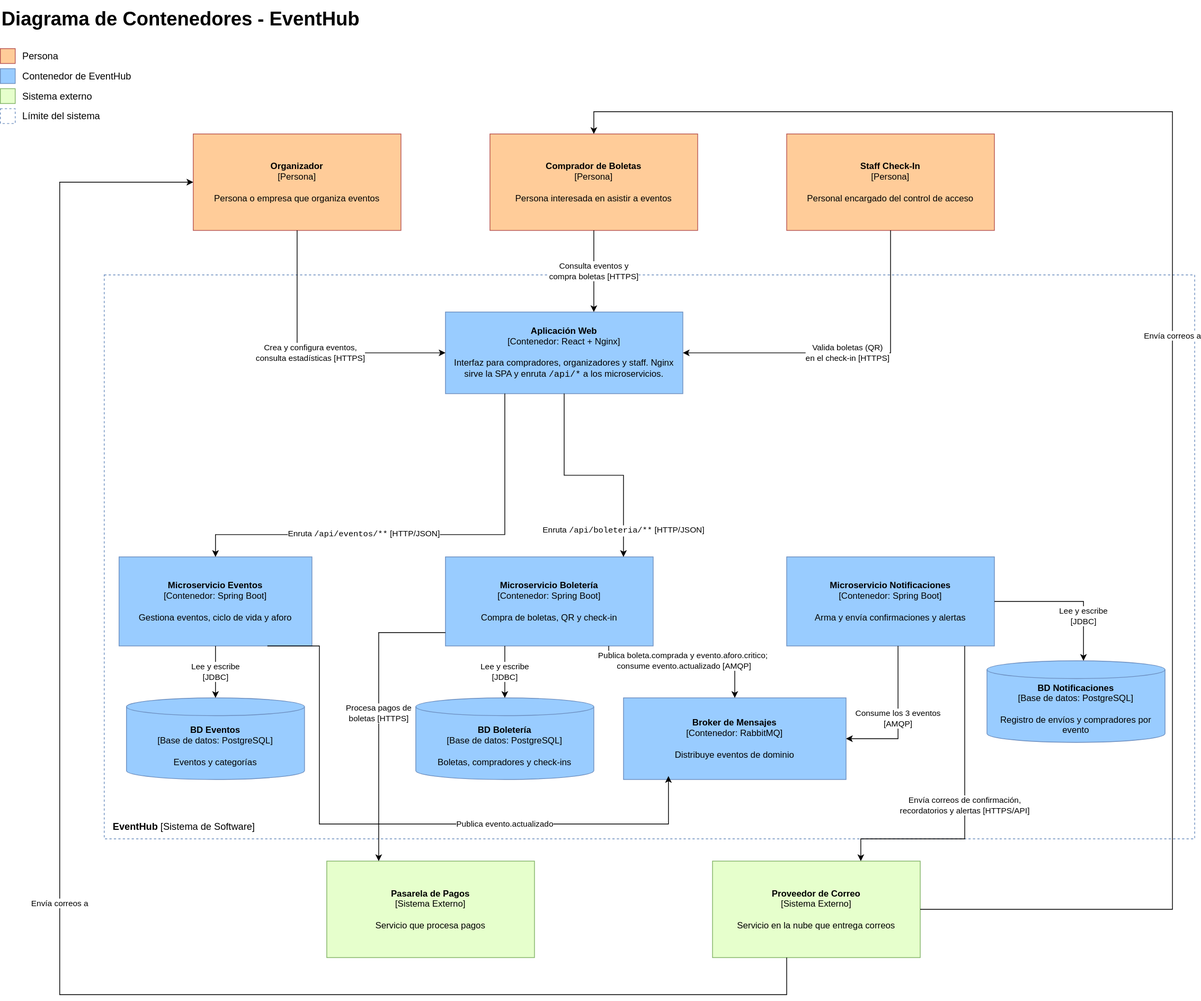
vargasesc17/EventHub keeps this draw.io diagram as docs/diagramas/c2-contenedores.svg. Above is the earlier version. Source tidied: cells renumbered, new cells last; positions are measured from the earlier drawing's top-left corner, leaving out a move shared by most shapes.
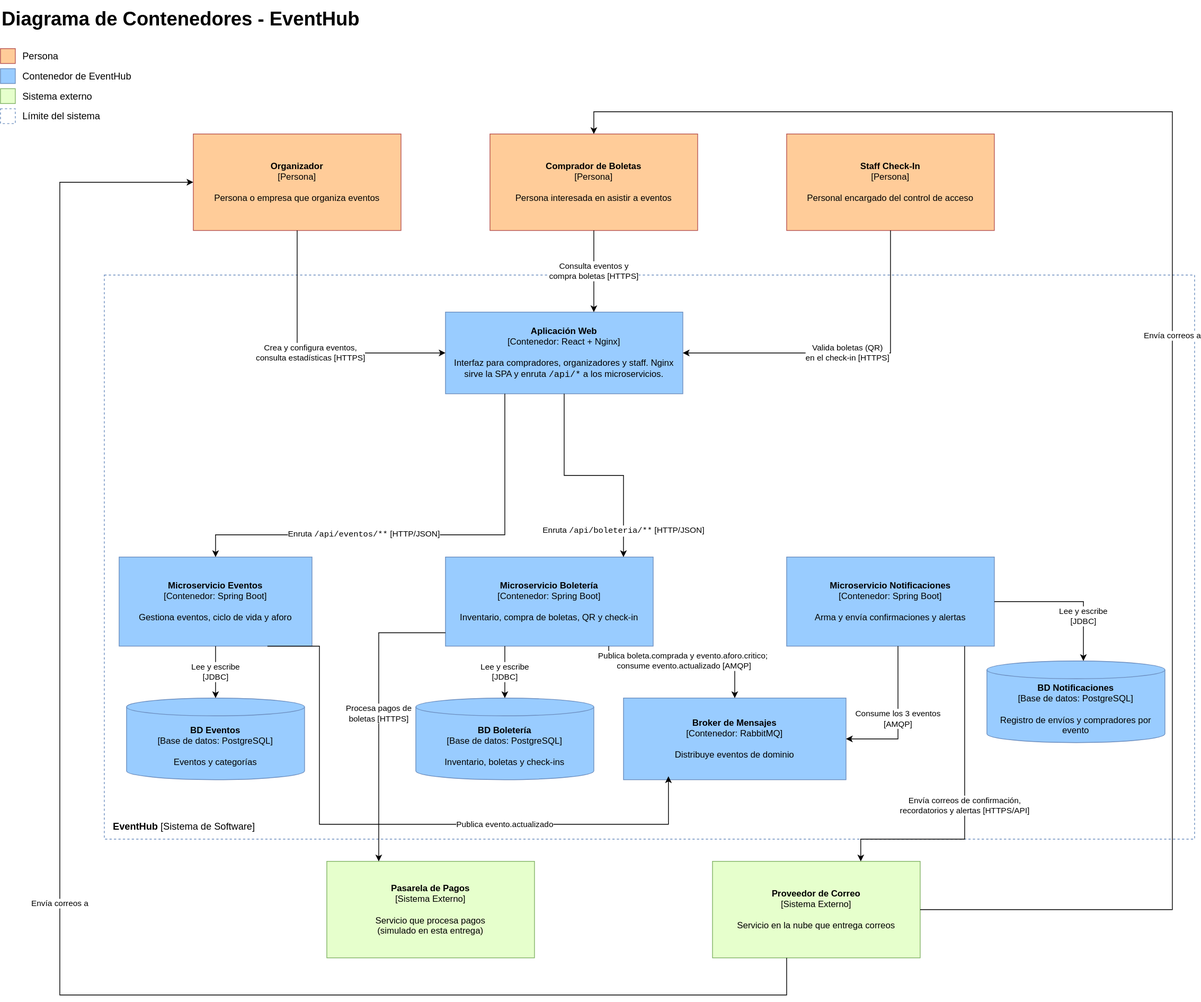
Later version of the same file.

What changed in the source:
```diff
@@ -47,7 +47,7 @@
     <mxCell id="16" value="&lt;b&gt;Microservicio Eventos&lt;/b&gt;&lt;br&gt;[Contenedor: Spring Boot]&lt;br&gt;&lt;br&gt;Gestiona eventos, ciclo de vida y aforo" style="rounded=0;whiteSpace=wrap;html=1;fillColor=#99CCFF;strokeColor=#6C8EBF;fontColor=#000000;fontSize=12;" parent="1" vertex="1">
       <mxGeometry x="160" y="750" width="260" height="120" as="geometry" />
     </mxCell>
-    <mxCell id="17" value="&lt;b&gt;Microservicio Boletería&lt;/b&gt;&lt;br&gt;[Contenedor: Spring Boot]&lt;br&gt;&lt;br&gt;Compra de boletas, QR y check-in" style="rounded=0;whiteSpace=wrap;html=1;fillColor=#99CCFF;strokeColor=#6C8EBF;fontColor=#000000;fontSize=12;" parent="1" vertex="1">
+    <mxCell id="17" value="&lt;b&gt;Microservicio Boletería&lt;/b&gt;&lt;br&gt;[Contenedor: Spring Boot]&lt;br&gt;&lt;br&gt;Inventario, compra de boletas, QR y check-in" style="rounded=0;whiteSpace=wrap;html=1;fillColor=#99CCFF;strokeColor=#6C8EBF;fontColor=#000000;fontSize=12;" parent="1" vertex="1">
       <mxGeometry x="600" y="750" width="280" height="120" as="geometry" />
     </mxCell>
     <mxCell id="18" value="&lt;b&gt;Microservicio Notificaciones&lt;/b&gt;&lt;br&gt;[Contenedor: Spring Boot]&lt;br&gt;&lt;br&gt;Arma y envía confirmaciones y alertas" style="rounded=0;whiteSpace=wrap;html=1;fillColor=#99CCFF;strokeColor=#6C8EBF;fontColor=#000000;fontSize=12;" parent="1" vertex="1">
@@ -56,13 +56,13 @@
     <mxCell id="19" value="&lt;b&gt;BD Eventos&lt;/b&gt;&lt;br&gt;[Base de datos: PostgreSQL]&lt;br&gt;&lt;br&gt;Eventos y categorías" style="shape=cylinder3;whiteSpace=wrap;html=1;boundedLbl=1;backgroundOutline=1;size=12;fillColor=#99CCFF;strokeColor=#6C8EBF;fontColor=#000000;fontSize=12;" parent="1" vertex="1">
       <mxGeometry x="170" y="940" width="240" height="110" as="geometry" />
     </mxCell>
-    <mxCell id="20" value="&lt;b&gt;BD Boletería&lt;/b&gt;&lt;br&gt;[Base de datos: PostgreSQL]&lt;br&gt;&lt;br&gt;Boletas, compradores y check-ins" style="shape=cylinder3;whiteSpace=wrap;html=1;boundedLbl=1;backgroundOutline=1;size=12;fillColor=#99CCFF;strokeColor=#6C8EBF;fontColor=#000000;fontSize=12;" parent="1" vertex="1">
+    <mxCell id="20" value="&lt;b&gt;BD Boletería&lt;/b&gt;&lt;br&gt;[Base de datos: PostgreSQL]&lt;br&gt;&lt;br&gt;Inventario, boletas y check-ins" style="shape=cylinder3;whiteSpace=wrap;html=1;boundedLbl=1;backgroundOutline=1;size=12;fillColor=#99CCFF;strokeColor=#6C8EBF;fontColor=#000000;fontSize=12;" parent="1" vertex="1">
       <mxGeometry x="560" y="940" width="240" height="110" as="geometry" />
     </mxCell>
     <mxCell id="21" value="&lt;b&gt;Broker de Mensajes&lt;/b&gt;&lt;br&gt;[Contenedor: RabbitMQ]&lt;br&gt;&lt;br&gt;Distribuye eventos de dominio" style="rounded=0;whiteSpace=wrap;html=1;fillColor=#99CCFF;strokeColor=#6C8EBF;fontColor=#000000;fontSize=12;" parent="1" vertex="1">
       <mxGeometry x="840" y="940" width="300" height="110" as="geometry" />
     </mxCell>
-    <mxCell id="22" value="&lt;b&gt;Pasarela de Pagos&lt;/b&gt;&lt;br&gt;[Sistema Externo]&lt;br&gt;&lt;br&gt;Servicio que procesa pagos" style="rounded=0;whiteSpace=wrap;html=1;fillColor=#E6FFCC;strokeColor=#82B366;fontColor=#000000;fontSize=12;" parent="1" vertex="1">
+    <mxCell id="22" value="&lt;b&gt;Pasarela de Pagos&lt;/b&gt;&lt;br&gt;[Sistema Externo]&lt;br&gt;&lt;br&gt;Servicio que procesa pagos&lt;div&gt;(simulado en esta entrega)&lt;/div&gt;" style="rounded=0;whiteSpace=wrap;html=1;fillColor=#E6FFCC;strokeColor=#82B366;fontColor=#000000;fontSize=12;" parent="1" vertex="1">
       <mxGeometry x="440" y="1160" width="280" height="130" as="geometry" />
     </mxCell>
     <mxCell id="23" value="&lt;b&gt;Proveedor de Correo&lt;/b&gt;&lt;br&gt;[Sistema Externo]&lt;br&gt;&lt;br&gt;Servicio en la nube que entrega correos" style="rounded=0;whiteSpace=wrap;html=1;fillColor=#E6FFCC;strokeColor=#82B366;fontColor=#000000;fontSize=12;" parent="1" vertex="1">
```
